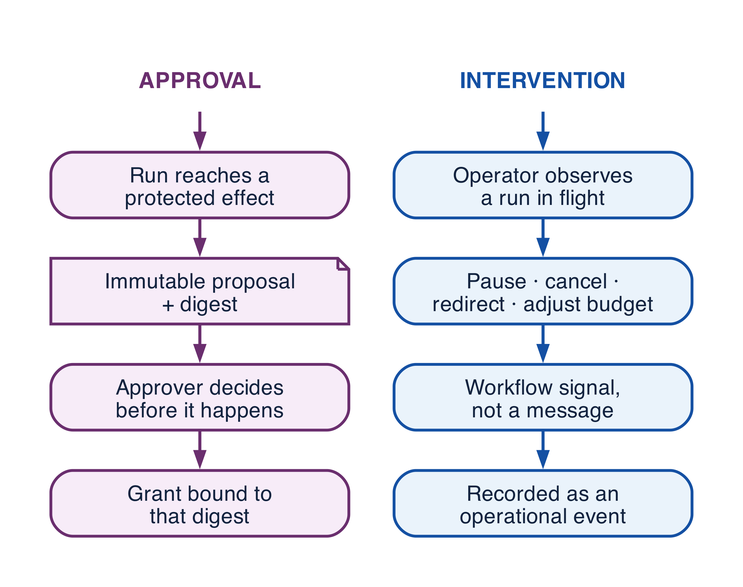
Above: assets/diagrams/pattern-hitl.png in rrahimi-uci/building-enterprise-general-intelligence (Graphviz), before the change. Its source is kept beside it as assets/diagrams/src/pattern-hitl.gv. Its diagram source:
```dot
digraph pattern_hitl {
  rankdir = TB
  graph [ranksep=0.28, nodesep=0.30]
  node [shape=box, style="filled,rounded", penwidth=1.4, fontsize=10.5,
        margin="0.12,0.07", height=0.42, width=2.05]
  edge [arrowsize=0.65, penwidth=1.5]

  ha [label=<<B><FONT POINT-SIZE="11" COLOR="#6A2E6E">APPROVAL</FONT></B>>, shape=plaintext, style=""]
  hb [label=<<B><FONT POINT-SIZE="11" COLOR="#1450A3">INTERVENTION</FONT></B>>, shape=plaintext, style=""]

  a1 [label="Run reaches a\nprotected effect", fillcolor="#F7ECF8", color="#6A2E6E"]
  a2 [label="Immutable proposal\n+ digest", shape=note, style=filled,
      fillcolor="#F7ECF8", color="#6A2E6E"]
  a3 [label="Approver decides\nbefore it happens", fillcolor="#F7ECF8", color="#6A2E6E"]
  a4 [label="Grant bound to\nthat digest", fillcolor="#F7ECF8", color="#6A2E6E"]

  b1 [label="Operator observes\na run in flight", fillcolor="#EAF3FB", color="#1450A3"]
  b2 [label="Pause · cancel ·\nredirect · adjust budget", fillcolor="#EAF3FB", color="#1450A3"]
  b3 [label="Workflow signal,\nnot a message", fillcolor="#EAF3FB", color="#1450A3"]
  b4 [label="Recorded as an\noperational event", fillcolor="#EAF3FB", color="#1450A3"]

  ha -> a1 -> a2 -> a3 -> a4 [color="#6A2E6E"]
  hb -> b1 -> b2 -> b3 -> b4 [color="#1450A3"]

  { rank=same; ha -> hb [style=invis] }
  { rank=same; a1 -> b1 [style=invis] }
  { rank=same; a2 -> b2 [style=invis] }
  { rank=same; a3 -> b3 [style=invis] }
  { rank=same; a4 -> b4 [style=invis] }
}
```
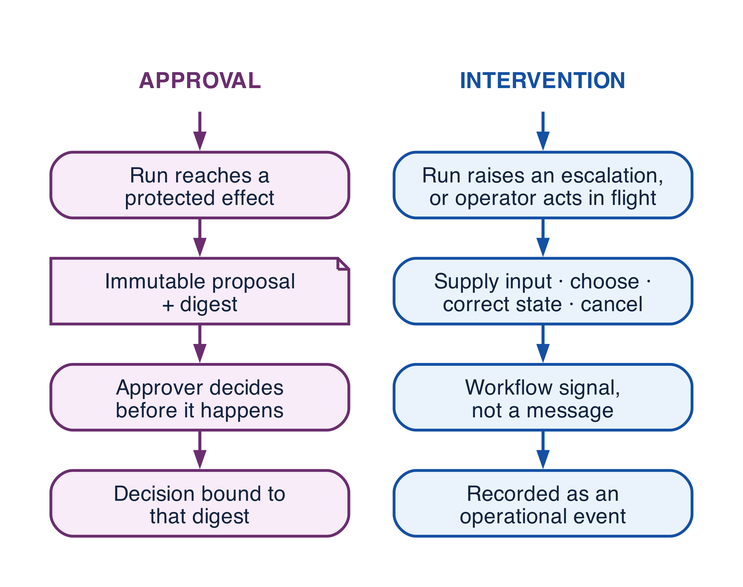
The same file after the commit.

The edit, as a diff of the source:
```diff
@@ -12,10 +12,10 @@
   a2 [label="Immutable proposal\n+ digest", shape=note, style=filled,
       fillcolor="#F7ECF8", color="#6A2E6E"]
   a3 [label="Approver decides\nbefore it happens", fillcolor="#F7ECF8", color="#6A2E6E"]
-  a4 [label="Grant bound to\nthat digest", fillcolor="#F7ECF8", color="#6A2E6E"]
+  a4 [label="Decision bound to\nthat digest", fillcolor="#F7ECF8", color="#6A2E6E"]
 
-  b1 [label="Operator observes\na run in flight", fillcolor="#EAF3FB", color="#1450A3"]
-  b2 [label="Pause · cancel ·\nredirect · adjust budget", fillcolor="#EAF3FB", color="#1450A3"]
+  b1 [label="Run raises an escalation,\nor operator acts in flight", fillcolor="#EAF3FB", color="#1450A3"]
+  b2 [label="Supply input · choose ·\ncorrect state · cancel", fillcolor="#EAF3FB", color="#1450A3"]
   b3 [label="Workflow signal,\nnot a message", fillcolor="#EAF3FB", color="#1450A3"]
   b4 [label="Recorded as an\noperational event", fillcolor="#EAF3FB", color="#1450A3"]
 
```
